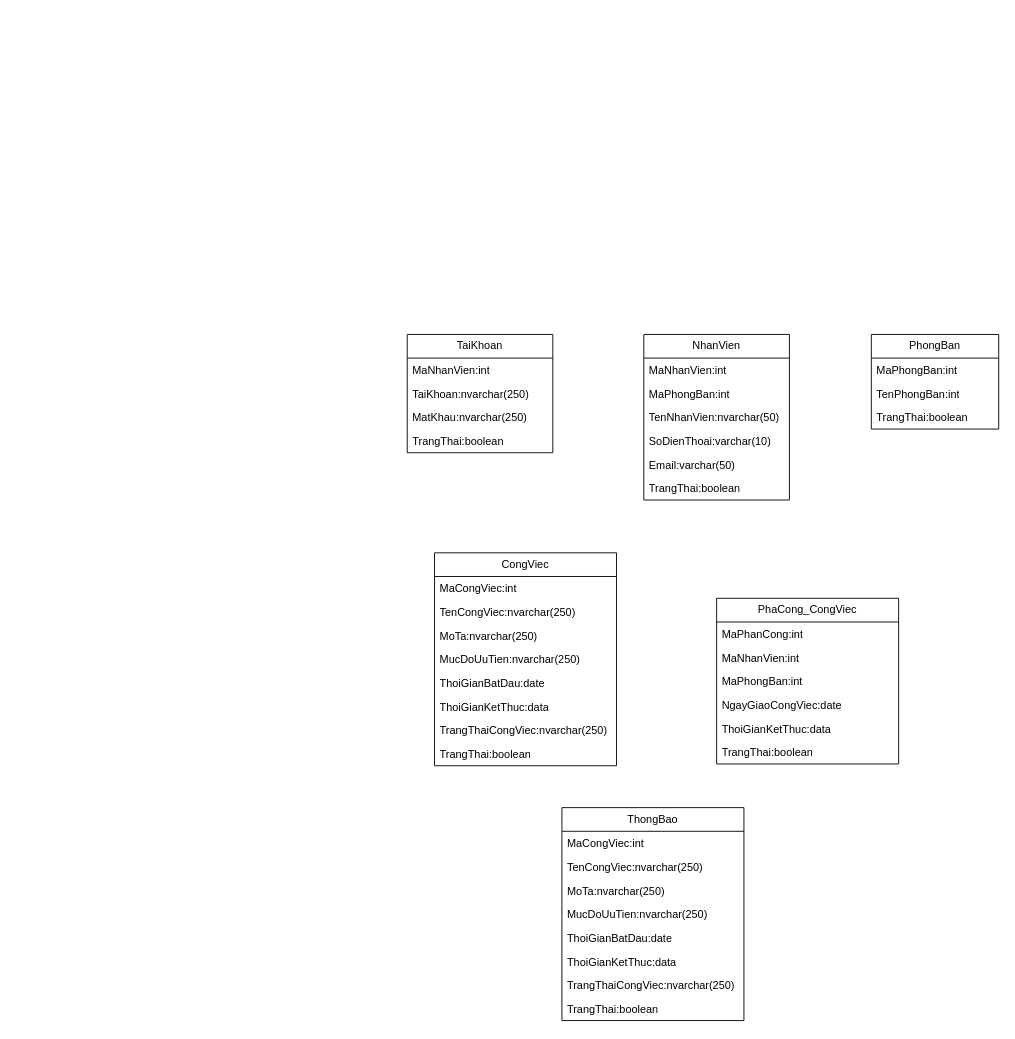
Before: j2ee.drawio in maivantai2003/vercelDemo, a draw.io diagram. Source tidied: cells renumbered, new cells numbered last; positions are measured from the earlier drawing's top-left corner, leaving out a move shared by most shapes. Both pictures are drawn from the tidied source at 91%, with x=0, y=0 at pixel (407, 334).
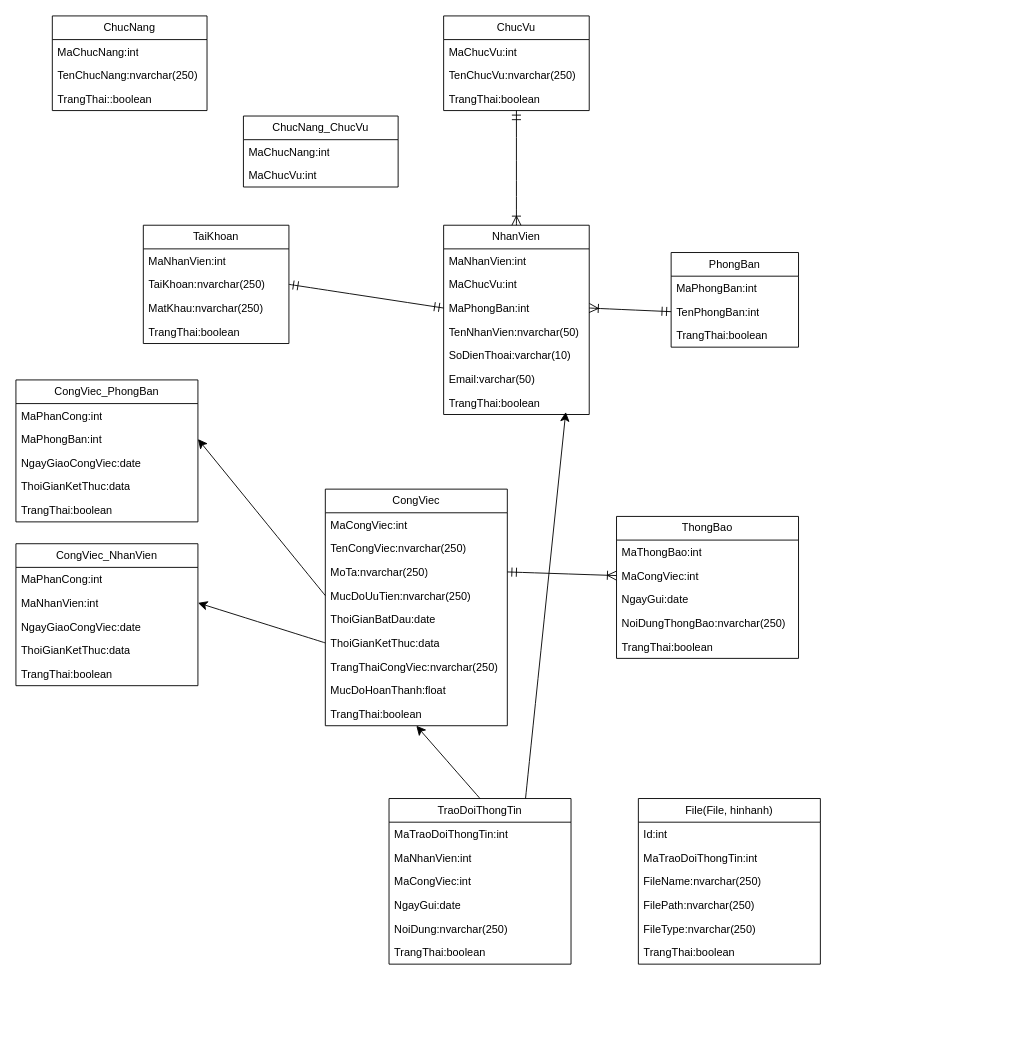
After the change.

The change refers to these unchanged cells:
```xml
<mxCell id="4" value="TaiKhoan:nvarchar(250)" style="text;strokeColor=none;fillColor=none;align=left;verticalAlign=top;spacingLeft=4;spacingRight=4;overflow=hidden;points=[[0,0.5],[1,0.5]];portConstraint=eastwest;whiteSpace=wrap;html=1;" parent="2" vertex="1">
  <mxGeometry y="52" width="160" height="26" as="geometry" />
</mxCell>
<mxCell id="16" value="TenPhongBan:int" style="text;strokeColor=none;fillColor=none;align=left;verticalAlign=top;spacingLeft=4;spacingRight=4;overflow=hidden;points=[[0,0.5],[1,0.5]];portConstraint=eastwest;whiteSpace=wrap;html=1;" parent="14" vertex="1">
  <mxGeometry y="52" width="140" height="26" as="geometry" />
</mxCell>
<mxCell id="21" value="MoTa:nvarchar(250)" style="text;strokeColor=none;fillColor=none;align=left;verticalAlign=top;spacingLeft=4;spacingRight=4;overflow=hidden;points=[[0,0.5],[1,0.5]];portConstraint=eastwest;whiteSpace=wrap;html=1;" parent="18" vertex="1">
  <mxGeometry y="78" width="200" height="26" as="geometry" />
</mxCell>
<mxCell id="22" value="MucDoUuTien:nvarchar(250)" style="text;strokeColor=none;fillColor=none;align=left;verticalAlign=top;spacingLeft=4;spacingRight=4;overflow=hidden;points=[[0,0.5],[1,0.5]];portConstraint=eastwest;whiteSpace=wrap;html=1;" parent="18" vertex="1">
  <mxGeometry y="104" width="200" height="26" as="geometry" />
</mxCell>
<mxCell id="24" value="ThoiGianKetThuc:data" style="text;strokeColor=none;fillColor=none;align=left;verticalAlign=top;spacingLeft=4;spacingRight=4;overflow=hidden;points=[[0,0.5],[1,0.5]];portConstraint=eastwest;whiteSpace=wrap;html=1;" parent="18" vertex="1">
  <mxGeometry y="156" width="200" height="26" as="geometry" />
</mxCell>
<mxCell id="29" value="MaNhanVien:int" style="text;strokeColor=none;fillColor=none;align=left;verticalAlign=top;spacingLeft=4;spacingRight=4;overflow=hidden;points=[[0,0.5],[1,0.5]];portConstraint=eastwest;whiteSpace=wrap;html=1;" parent="27" vertex="1">
  <mxGeometry y="52" width="200" height="26" as="geometry" />
</mxCell>
```

Diff of the diagram source:
```diff
@@
     <mxCell id="2" value="TaiKhoan" style="swimlane;fontStyle=0;horizontal=1;startSize=26;fillColor=none;whiteSpace=wrap;html=1;" parent="1" vertex="1">
-      <mxGeometry width="160" height="130" as="geometry" />
+      <mxGeometry x="-290" y="-120" width="160" height="130" as="geometry" />
     </mxCell>
@@
+    <mxCell id="43" style="edgeStyle=none;curved=1;rounded=0;jettySize=auto;html=1;exitX=0.5;exitY=0;exitDx=0;exitDy=0;entryX=0.5;entryY=1;entryDx=0;entryDy=0;fontSize=12;startSize=8;endSize=8;endArrow=ERmandOne;endFill=0;startArrow=ERoneToMany;startFill=0;" parent="1" edge="1" source="7" target="60">
+      <mxGeometry relative="1" as="geometry" />
+    </mxCell>
     <mxCell id="7" value="NhanVien" style="swimlane;fontStyle=0;horizontal=1;startSize=26;fillColor=none;whiteSpace=wrap;html=1;" parent="1" vertex="1">
-      <mxGeometry x="260" width="160" height="182" as="geometry" />
+      <mxGeometry x="40" y="-120" width="160" height="208" as="geometry" />
     </mxCell>
@@
+    <mxCell id="44" value="MaChucVu:int" style="text;strokeColor=none;fillColor=none;align=left;verticalAlign=top;spacingLeft=4;spacingRight=4;overflow=hidden;whiteSpace=wrap;html=1;" parent="7" vertex="1">
+      <mxGeometry y="52" width="160" height="26" as="geometry" />
+    </mxCell>
     <mxCell id="9" value="MaPhongBan:int" style="text;strokeColor=none;fillColor=none;align=left;verticalAlign=top;spacingLeft=4;spacingRight=4;overflow=hidden;points=[[0,0.5],[1,0.5]];portConstraint=eastwest;whiteSpace=wrap;html=1;" parent="7" vertex="1">
-      <mxGeometry y="52" width="160" height="26" as="geometry" />
+      <mxGeometry y="78" width="160" height="26" as="geometry" />
     </mxCell>
     <mxCell id="10" value="TenNhanVien:nvarchar(50)" style="text;strokeColor=none;fillColor=none;align=left;verticalAlign=top;spacingLeft=4;spacingRight=4;overflow=hidden;whiteSpace=wrap;html=1;" parent="7" vertex="1">
-      <mxGeometry y="78" width="160" height="26" as="geometry" />
+      <mxGeometry y="104" width="160" height="26" as="geometry" />
     </mxCell>
     <mxCell id="11" value="SoDienThoai:varchar(10)" style="text;strokeColor=none;fillColor=none;align=left;verticalAlign=top;spacingLeft=4;spacingRight=4;overflow=hidden;whiteSpace=wrap;html=1;" parent="7" vertex="1">
-      <mxGeometry y="104" width="160" height="26" as="geometry" />
+      <mxGeometry y="130" width="160" height="26" as="geometry" />
     </mxCell>
     <mxCell id="12" value="Email:varchar(50)" style="text;strokeColor=none;fillColor=none;align=left;verticalAlign=top;spacingLeft=4;spacingRight=4;overflow=hidden;whiteSpace=wrap;html=1;" parent="7" vertex="1">
-      <mxGeometry y="130" width="160" height="26" as="geometry" />
+      <mxGeometry y="156" width="160" height="26" as="geometry" />
     </mxCell>
     <mxCell id="13" value="TrangThai:boolean" style="text;strokeColor=none;fillColor=none;align=left;verticalAlign=top;spacingLeft=4;spacingRight=4;overflow=hidden;points=[[0,0.5],[1,0.5]];portConstraint=eastwest;whiteSpace=wrap;html=1;" parent="7" vertex="1">
-      <mxGeometry y="156" width="160" height="26" as="geometry" />
+      <mxGeometry y="182" width="160" height="26" as="geometry" />
     </mxCell>
     <mxCell id="14" value="PhongBan" style="swimlane;fontStyle=0;horizontal=1;startSize=26;fillColor=none;whiteSpace=wrap;html=1;" parent="1" vertex="1">
-      <mxGeometry x="510" width="140" height="104" as="geometry" />
+      <mxGeometry x="290" y="-90" width="140" height="104" as="geometry" />
     </mxCell>
@@
     <mxCell id="18" value="CongViec" style="swimlane;fontStyle=0;horizontal=1;startSize=26;fillColor=none;whiteSpace=wrap;html=1;" parent="1" vertex="1">
-      <mxGeometry x="30" y="240" width="200" height="234" as="geometry" />
+      <mxGeometry x="-90" y="170" width="200" height="260" as="geometry" />
     </mxCell>
@@
+    <mxCell id="45" value="MucDoHoanThanh:float" style="text;strokeColor=none;fillColor=none;align=left;verticalAlign=top;spacingLeft=4;spacingRight=4;overflow=hidden;whiteSpace=wrap;html=1;" parent="18" vertex="1">
+      <mxGeometry y="208" width="200" height="26" as="geometry" />
+    </mxCell>
     <mxCell id="26" value="TrangThai:boolean" style="text;strokeColor=none;fillColor=none;align=left;verticalAlign=top;spacingLeft=4;spacingRight=4;overflow=hidden;whiteSpace=wrap;html=1;" parent="18" vertex="1">
-      <mxGeometry y="208" width="200" height="26" as="geometry" />
+      <mxGeometry y="234" width="200" height="26" as="geometry" />
     </mxCell>
-    <mxCell id="27" value="PhaCong_CongViec" style="swimlane;fontStyle=0;horizontal=1;startSize=26;fillColor=none;whiteSpace=wrap;html=1;" parent="1" vertex="1">
-      <mxGeometry x="340" y="290" width="200" height="182" as="geometry" />
+    <mxCell id="27" value="CongViec_NhanVien" style="swimlane;fontStyle=0;horizontal=1;startSize=26;fillColor=none;whiteSpace=wrap;html=1;" parent="1" vertex="1">
+      <mxGeometry x="-430" y="230" width="200" height="156" as="geometry" />
     </mxCell>
@@
-    <mxCell id="30" value="MaPhongBan:int" style="text;strokeColor=none;fillColor=none;align=left;verticalAlign=top;spacingLeft=4;spacingRight=4;overflow=hidden;points=[[0,0.5],[1,0.5]];portConstraint=eastwest;whiteSpace=wrap;html=1;" parent="27" vertex="1">
-      <mxGeometry y="78" width="200" height="26" as="geometry" />
-    </mxCell>
     <mxCell id="31" value="NgayGiaoCongViec:date" style="text;strokeColor=none;fillColor=none;align=left;verticalAlign=top;spacingLeft=4;spacingRight=4;overflow=hidden;whiteSpace=wrap;html=1;" parent="27" vertex="1">
-      <mxGeometry y="104" width="200" height="26" as="geometry" />
+      <mxGeometry y="78" width="200" height="26" as="geometry" />
     </mxCell>
     <mxCell id="32" value="ThoiGianKetThuc:data" style="text;strokeColor=none;fillColor=none;align=left;verticalAlign=top;spacingLeft=4;spacingRight=4;overflow=hidden;whiteSpace=wrap;html=1;" parent="27" vertex="1">
-      <mxGeometry y="130" width="200" height="26" as="geometry" />
+      <mxGeometry y="104" width="200" height="26" as="geometry" />
     </mxCell>
     <mxCell id="33" value="TrangThai:boolean" style="text;strokeColor=none;fillColor=none;align=left;verticalAlign=top;spacingLeft=4;spacingRight=4;overflow=hidden;whiteSpace=wrap;html=1;" parent="27" vertex="1">
-      <mxGeometry y="156" width="200" height="26" as="geometry" />
+      <mxGeometry y="130" width="200" height="26" as="geometry" />
     </mxCell>
     <mxCell id="34" value="ThongBao" style="swimlane;fontStyle=0;horizontal=1;startSize=26;fillColor=none;whiteSpace=wrap;html=1;" parent="1" vertex="1">
-      <mxGeometry x="170" y="520" width="200" height="234" as="geometry" />
+      <mxGeometry x="230" y="200" width="200" height="156" as="geometry" />
     </mxCell>
-    <mxCell id="35" value="MaCongViec:int" style="text;strokeColor=none;fillColor=none;align=left;verticalAlign=top;spacingLeft=4;spacingRight=4;overflow=hidden;whiteSpace=wrap;html=1;" parent="34" vertex="1">
+    <mxCell id="35" value="MaThongBao:int" style="text;strokeColor=none;fillColor=none;align=left;verticalAlign=top;spacingLeft=4;spacingRight=4;overflow=hidden;whiteSpace=wrap;html=1;" parent="34" vertex="1">
       <mxGeometry y="26" width="200" height="26" as="geometry" />
     </mxCell>
-    <mxCell id="36" value="TenCongViec:nvarchar(250)" style="text;strokeColor=none;fillColor=none;align=left;verticalAlign=top;spacingLeft=4;spacingRight=4;overflow=hidden;points=[[0,0.5],[1,0.5]];portConstraint=eastwest;whiteSpace=wrap;html=1;" parent="34" vertex="1">
+    <mxCell id="36" value="MaCongViec:int" style="text;strokeColor=none;fillColor=none;align=left;verticalAlign=top;spacingLeft=4;spacingRight=4;overflow=hidden;points=[[0,0.5],[1,0.5]];portConstraint=eastwest;whiteSpace=wrap;html=1;" parent="34" vertex="1">
       <mxGeometry y="52" width="200" height="26" as="geometry" />
     </mxCell>
-    <mxCell id="37" value="MoTa:nvarchar(250)" style="text;strokeColor=none;fillColor=none;align=left;verticalAlign=top;spacingLeft=4;spacingRight=4;overflow=hidden;whiteSpace=wrap;html=1;" parent="34" vertex="1">
+    <mxCell id="37" value="NgayGui:date" style="text;strokeColor=none;fillColor=none;align=left;verticalAlign=top;spacingLeft=4;spacingRight=4;overflow=hidden;whiteSpace=wrap;html=1;" parent="34" vertex="1">
       <mxGeometry y="78" width="200" height="26" as="geometry" />
     </mxCell>
-    <mxCell id="38" value="MucDoUuTien:nvarchar(250)" style="text;strokeColor=none;fillColor=none;align=left;verticalAlign=top;spacingLeft=4;spacingRight=4;overflow=hidden;whiteSpace=wrap;html=1;" parent="34" vertex="1">
+    <mxCell id="38" value="NoiDungThongBao:nvarchar(250)" style="text;strokeColor=none;fillColor=none;align=left;verticalAlign=top;spacingLeft=4;spacingRight=4;overflow=hidden;whiteSpace=wrap;html=1;" parent="34" vertex="1">
       <mxGeometry y="104" width="200" height="26" as="geometry" />
     </mxCell>
-    <mxCell id="39" value="ThoiGianBatDau:date" style="text;strokeColor=none;fillColor=none;align=left;verticalAlign=top;spacingLeft=4;spacingRight=4;overflow=hidden;whiteSpace=wrap;html=1;" parent="34" vertex="1">
-      <mxGeometry y="130" width="200" height="26" as="geometry" />
-    </mxCell>
+    <mxCell id="42" value="TrangThai:boolean" style="text;strokeColor=none;fillColor=none;align=left;verticalAlign=top;spacingLeft=4;spacingRight=4;overflow=hidden;whiteSpace=wrap;html=1;" parent="34" vertex="1">
+      <mxGeometry y="130" width="200" height="26" as="geometry" />
+    </mxCell>
+    <mxCell id="46" style="edgeStyle=none;curved=1;rounded=0;jettySize=auto;html=1;exitX=0.5;exitY=0;exitDx=0;exitDy=0;entryX=0.5;entryY=1;entryDx=0;entryDy=0;fontSize=12;startSize=8;endSize=8;" parent="1" edge="1" source="47" target="18">
+      <mxGeometry relative="1" as="geometry" />
+    </mxCell>
+    <mxCell id="47" value="TraoDoiThongTin" style="swimlane;fontStyle=0;horizontal=1;startSize=26;fillColor=none;whiteSpace=wrap;html=1;" parent="1" vertex="1">
+      <mxGeometry x="-20" y="510" width="200" height="182" as="geometry" />
+    </mxCell>
+    <mxCell id="48" value="MaTraoDoiThongTin:int" style="text;strokeColor=none;fillColor=none;align=left;verticalAlign=top;spacingLeft=4;spacingRight=4;overflow=hidden;whiteSpace=wrap;html=1;" parent="47" vertex="1">
+      <mxGeometry y="26" width="200" height="26" as="geometry" />
+    </mxCell>
+    <mxCell id="49" value="MaNhanVien:int" style="text;strokeColor=none;fillColor=none;align=left;verticalAlign=top;spacingLeft=4;spacingRight=4;overflow=hidden;whiteSpace=wrap;html=1;" parent="47" vertex="1">
+      <mxGeometry y="52" width="200" height="26" as="geometry" />
+    </mxCell>
+    <mxCell id="50" value="MaCongViec:int" style="text;strokeColor=none;fillColor=none;align=left;verticalAlign=top;spacingLeft=4;spacingRight=4;overflow=hidden;whiteSpace=wrap;html=1;" parent="47" vertex="1">
+      <mxGeometry y="78" width="200" height="26" as="geometry" />
+    </mxCell>
+    <mxCell id="51" value="NgayGui:date" style="text;strokeColor=none;fillColor=none;align=left;verticalAlign=top;spacingLeft=4;spacingRight=4;overflow=hidden;whiteSpace=wrap;html=1;" parent="47" vertex="1">
+      <mxGeometry y="104" width="200" height="26" as="geometry" />
+    </mxCell>
+    <mxCell id="52" value="NoiDung:nvarchar(250)" style="text;strokeColor=none;fillColor=none;align=left;verticalAlign=top;spacingLeft=4;spacingRight=4;overflow=hidden;whiteSpace=wrap;html=1;" parent="47" vertex="1">
+      <mxGeometry y="130" width="200" height="26" as="geometry" />
+    </mxCell>
+    <mxCell id="53" value="TrangThai:boolean" style="text;strokeColor=none;fillColor=none;align=left;verticalAlign=top;spacingLeft=4;spacingRight=4;overflow=hidden;whiteSpace=wrap;html=1;" parent="47" vertex="1">
+      <mxGeometry y="156" width="200" height="26" as="geometry" />
+    </mxCell>
+    <mxCell id="54" style="edgeStyle=none;curved=1;rounded=0;jettySize=auto;html=1;exitX=1;exitY=0.5;exitDx=0;exitDy=0;entryX=0;entryY=0.5;entryDx=0;entryDy=0;fontSize=12;startSize=8;endSize=8;endArrow=ERmandOne;endFill=0;startArrow=ERoneToMany;startFill=0;" parent="1" edge="1" source="9" target="16">
+      <mxGeometry relative="1" as="geometry" />
+    </mxCell>
+    <mxCell id="55" style="edgeStyle=none;curved=1;rounded=0;jettySize=auto;html=1;exitX=1;exitY=0.5;exitDx=0;exitDy=0;entryX=0;entryY=0.5;entryDx=0;entryDy=0;fontSize=12;startSize=8;endSize=8;startArrow=ERmandOne;startFill=0;endArrow=ERmandOne;endFill=0;" parent="1" edge="1" source="4" target="9">
+      <mxGeometry relative="1" as="geometry" />
+    </mxCell>
+    <mxCell id="56" value="CongViec_PhongBan" style="swimlane;fontStyle=0;horizontal=1;startSize=26;fillColor=none;whiteSpace=wrap;html=1;" parent="1" vertex="1">
+      <mxGeometry x="-430" y="50" width="200" height="156" as="geometry" />
+    </mxCell>
+    <mxCell id="57" value="MaPhanCong:int" style="text;strokeColor=none;fillColor=none;align=left;verticalAlign=top;spacingLeft=4;spacingRight=4;overflow=hidden;whiteSpace=wrap;html=1;" parent="56" vertex="1">
+      <mxGeometry y="26" width="200" height="26" as="geometry" />
+    </mxCell>
+    <mxCell id="30" value="MaPhongBan:int" style="text;strokeColor=none;fillColor=none;align=left;verticalAlign=top;spacingLeft=4;spacingRight=4;overflow=hidden;points=[[0,0.5],[1,0.5]];portConstraint=eastwest;whiteSpace=wrap;html=1;" parent="56" vertex="1">
+      <mxGeometry y="52" width="200" height="26" as="geometry" />
+    </mxCell>
+    <mxCell id="58" value="NgayGiaoCongViec:date" style="text;strokeColor=none;fillColor=none;align=left;verticalAlign=top;spacingLeft=4;spacingRight=4;overflow=hidden;whiteSpace=wrap;html=1;" parent="56" vertex="1">
+      <mxGeometry y="78" width="200" height="26" as="geometry" />
+    </mxCell>
-    <mxCell id="40" value="ThoiGianKetThuc:data" style="text;strokeColor=none;fillColor=none;align=left;verticalAlign=top;spacingLeft=4;spacingRight=4;overflow=hidden;whiteSpace=wrap;html=1;" parent="34" vertex="1">
-      <mxGeometry y="156" width="200" height="26" as="geometry" />
+    <mxCell id="40" value="ThoiGianKetThuc:data" style="text;strokeColor=none;fillColor=none;align=left;verticalAlign=top;spacingLeft=4;spacingRight=4;overflow=hidden;whiteSpace=wrap;html=1;" parent="56" vertex="1">
+      <mxGeometry y="104" width="200" height="26" as="geometry" />
     </mxCell>
-    <mxCell id="41" value="TrangThaiCongViec:nvarchar(250)" style="text;strokeColor=none;fillColor=none;align=left;verticalAlign=top;spacingLeft=4;spacingRight=4;overflow=hidden;whiteSpace=wrap;html=1;" parent="34" vertex="1">
-      <mxGeometry y="182" width="200" height="26" as="geometry" />
-    </mxCell>
-    <mxCell id="42" value="TrangThai:boolean" style="text;strokeColor=none;fillColor=none;align=left;verticalAlign=top;spacingLeft=4;spacingRight=4;overflow=hidden;whiteSpace=wrap;html=1;" parent="34" vertex="1">
-      <mxGeometry y="208" width="200" height="26" as="geometry" />
-    </mxCell>
+    <mxCell id="59" value="TrangThai:boolean" style="text;strokeColor=none;fillColor=none;align=left;verticalAlign=top;spacingLeft=4;spacingRight=4;overflow=hidden;whiteSpace=wrap;html=1;" parent="56" vertex="1">
+      <mxGeometry y="130" width="200" height="26" as="geometry" />
+    </mxCell>
+    <mxCell id="60" value="ChucVu" style="swimlane;fontStyle=0;horizontal=1;startSize=26;fillColor=none;whiteSpace=wrap;html=1;" parent="1" vertex="1">
+      <mxGeometry x="40" y="-350" width="160" height="104" as="geometry" />
+    </mxCell>
+    <mxCell id="61" value="MaChucVu:int" style="text;strokeColor=none;fillColor=none;align=left;verticalAlign=top;spacingLeft=4;spacingRight=4;overflow=hidden;whiteSpace=wrap;html=1;" parent="60" vertex="1">
+      <mxGeometry y="26" width="160" height="26" as="geometry" />
+    </mxCell>
+    <mxCell id="62" value="TenChucVu:nvarchar(250)" style="text;strokeColor=none;fillColor=none;align=left;verticalAlign=top;spacingLeft=4;spacingRight=4;overflow=hidden;whiteSpace=wrap;html=1;" parent="60" vertex="1">
+      <mxGeometry y="52" width="160" height="26" as="geometry" />
+    </mxCell>
+    <mxCell id="63" value="TrangThai:boolean" style="text;strokeColor=none;fillColor=none;align=left;verticalAlign=top;spacingLeft=4;spacingRight=4;overflow=hidden;whiteSpace=wrap;html=1;" parent="60" vertex="1">
+      <mxGeometry y="78" width="160" height="26" as="geometry" />
+    </mxCell>
+    <mxCell id="64" value="File(File, hinhanh)" style="swimlane;fontStyle=0;horizontal=1;startSize=26;fillColor=none;whiteSpace=wrap;html=1;" parent="1" vertex="1">
+      <mxGeometry x="254" y="510" width="200" height="182" as="geometry" />
+    </mxCell>
+    <mxCell id="65" value="Id:int" style="text;strokeColor=none;fillColor=none;align=left;verticalAlign=top;spacingLeft=4;spacingRight=4;overflow=hidden;whiteSpace=wrap;html=1;" parent="64" vertex="1">
+      <mxGeometry y="26" width="200" height="26" as="geometry" />
+    </mxCell>
+    <mxCell id="66" value="MaTraoDoiThongTin:int" style="text;strokeColor=none;fillColor=none;align=left;verticalAlign=top;spacingLeft=4;spacingRight=4;overflow=hidden;whiteSpace=wrap;html=1;" parent="64" vertex="1">
+      <mxGeometry y="52" width="200" height="26" as="geometry" />
+    </mxCell>
+    <mxCell id="67" value="FileName:nvarchar(250)" style="text;strokeColor=none;fillColor=none;align=left;verticalAlign=top;spacingLeft=4;spacingRight=4;overflow=hidden;whiteSpace=wrap;html=1;" parent="64" vertex="1">
+      <mxGeometry y="78" width="200" height="26" as="geometry" />
+    </mxCell>
+    <mxCell id="68" value="FilePath:nvarchar(250)" style="text;strokeColor=none;fillColor=none;align=left;verticalAlign=top;spacingLeft=4;spacingRight=4;overflow=hidden;whiteSpace=wrap;html=1;" parent="64" vertex="1">
+      <mxGeometry y="104" width="200" height="26" as="geometry" />
+    </mxCell>
+    <mxCell id="69" value="FileType:nvarchar(250)" style="text;strokeColor=none;fillColor=none;align=left;verticalAlign=top;spacingLeft=4;spacingRight=4;overflow=hidden;whiteSpace=wrap;html=1;" parent="64" vertex="1">
+      <mxGeometry y="130" width="200" height="26" as="geometry" />
+    </mxCell>
+    <mxCell id="70" value="TrangThai:boolean" style="text;strokeColor=none;fillColor=none;align=left;verticalAlign=top;spacingLeft=4;spacingRight=4;overflow=hidden;whiteSpace=wrap;html=1;" parent="64" vertex="1">
+      <mxGeometry y="156" width="200" height="26" as="geometry" />
+    </mxCell>
+    <mxCell id="71" style="edgeStyle=none;curved=1;rounded=0;jettySize=auto;html=1;exitX=1;exitY=0.5;exitDx=0;exitDy=0;entryX=0;entryY=0.5;entryDx=0;entryDy=0;fontSize=12;startSize=8;endSize=8;startArrow=ERmandOne;startFill=0;endArrow=ERoneToMany;endFill=0;" parent="1" edge="1" source="21" target="36">
+      <mxGeometry relative="1" as="geometry" />
+    </mxCell>
+    <mxCell id="72" style="edgeStyle=none;curved=1;rounded=0;jettySize=auto;html=1;exitX=0;exitY=0.5;exitDx=0;exitDy=0;entryX=1;entryY=0.5;entryDx=0;entryDy=0;fontSize=12;startSize=8;endSize=8;" parent="1" edge="1" source="22" target="30">
+      <mxGeometry relative="1" as="geometry" />
+    </mxCell>
+    <mxCell id="73" style="edgeStyle=none;curved=1;rounded=0;jettySize=auto;html=1;exitX=0;exitY=0.5;exitDx=0;exitDy=0;entryX=1;entryY=0.5;entryDx=0;entryDy=0;fontSize=12;startSize=8;endSize=8;" parent="1" edge="1" source="24" target="29">
+      <mxGeometry relative="1" as="geometry" />
+    </mxCell>
+    <mxCell id="74" style="edgeStyle=none;curved=1;rounded=0;jettySize=auto;html=1;exitX=0.75;exitY=0;exitDx=0;exitDy=0;entryX=0.839;entryY=0.892;entryDx=0;entryDy=0;entryPerimeter=0;fontSize=12;startSize=8;endSize=8;" parent="1" edge="1" source="47" target="13">
+      <mxGeometry relative="1" as="geometry" />
+    </mxCell>
+    <mxCell id="75" value="ChucNang" style="swimlane;fontStyle=0;horizontal=1;startSize=26;fillColor=none;whiteSpace=wrap;html=1;" parent="1" vertex="1">
+      <mxGeometry x="-390" y="-350" width="170" height="104" as="geometry" />
+    </mxCell>
+    <mxCell id="76" value="MaChucNang:int" style="text;strokeColor=none;fillColor=none;align=left;verticalAlign=top;spacingLeft=4;spacingRight=4;overflow=hidden;whiteSpace=wrap;html=1;" parent="75" vertex="1">
+      <mxGeometry y="26" width="170" height="26" as="geometry" />
+    </mxCell>
+    <mxCell id="77" value="TenChucNang:nvarchar(250)" style="text;strokeColor=none;fillColor=none;align=left;verticalAlign=top;spacingLeft=4;spacingRight=4;overflow=hidden;whiteSpace=wrap;html=1;" parent="75" vertex="1">
+      <mxGeometry y="52" width="170" height="26" as="geometry" />
+    </mxCell>
+    <mxCell id="78" value="TrangThai::boolean" style="text;strokeColor=none;fillColor=none;align=left;verticalAlign=top;spacingLeft=4;spacingRight=4;overflow=hidden;whiteSpace=wrap;html=1;" parent="75" vertex="1">
+      <mxGeometry y="78" width="170" height="26" as="geometry" />
+    </mxCell>
+    <mxCell id="79" value="ChucNang_ChucVu" style="swimlane;fontStyle=0;horizontal=1;startSize=26;fillColor=none;whiteSpace=wrap;html=1;" parent="1" vertex="1">
+      <mxGeometry x="-180" y="-240" width="170" height="78" as="geometry" />
+    </mxCell>
+    <mxCell id="80" value="MaChucNang:int" style="text;strokeColor=none;fillColor=none;align=left;verticalAlign=top;spacingLeft=4;spacingRight=4;overflow=hidden;whiteSpace=wrap;html=1;" parent="79" vertex="1">
+      <mxGeometry y="26" width="170" height="26" as="geometry" />
+    </mxCell>
+    <mxCell id="81" value="MaChucVu:int" style="text;strokeColor=none;fillColor=none;align=left;verticalAlign=top;spacingLeft=4;spacingRight=4;overflow=hidden;whiteSpace=wrap;html=1;" parent="79" vertex="1">
+      <mxGeometry y="52" width="170" height="26" as="geometry" />
+    </mxCell>
```
